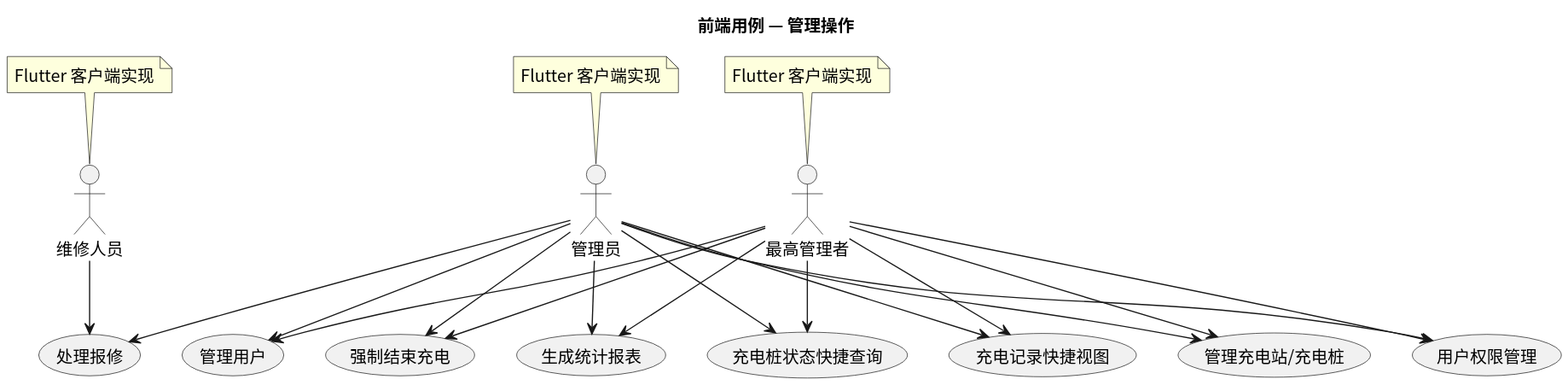
Before: usecase/docs/frontend/img/frontend_admin_usecases.svg, a diagram exported from PlantUML (greenhandzdl/charging-station-doc).
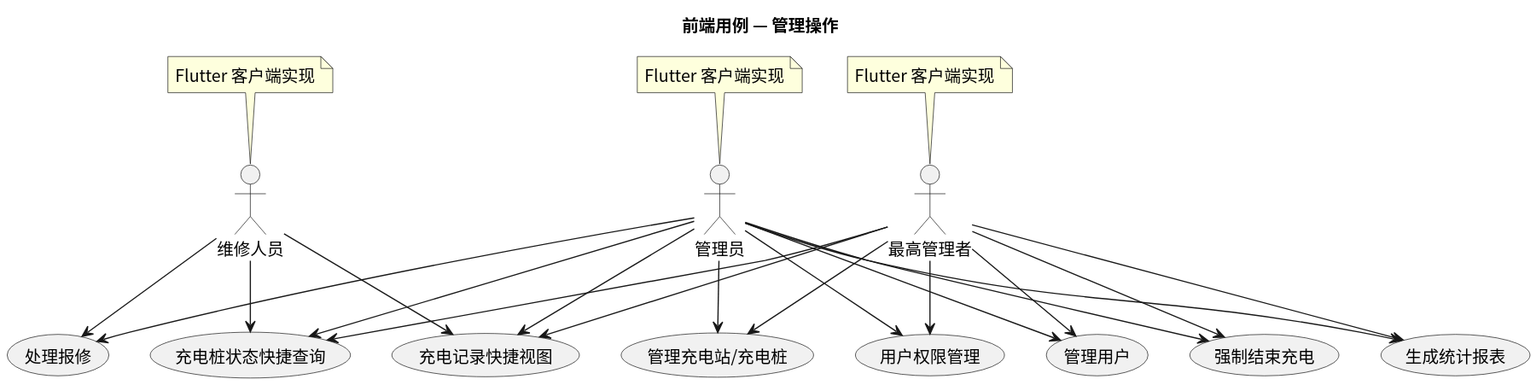
After the change.

The edit, as a diff of the source:
```diff
@@ -30,6 +30,8 @@
 A --> QC
 A --> QV
 M --> HR
+M --> QV
+M --> QC
 SA --> MM
 SA --> PM
 SA --> MU
```
